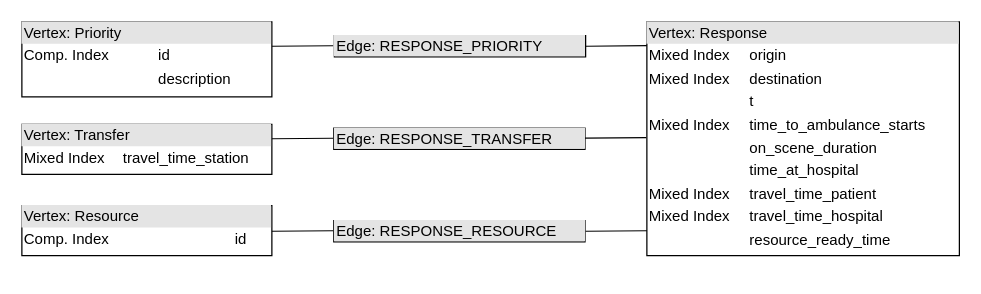
The draw.io diagram providentia-docs/report/drawio/janus-design-sim.drawio in DavidBakerEffendi/providentia, before the edit. Source tidied: cells renumbered, new cells numbered last; positions are measured from the earlier drawing's top-left corner, leaving out a move shared by most shapes. Both pictures are drawn from the tidied source at 125%, with x=0, y=0 at pixel (21, 21).
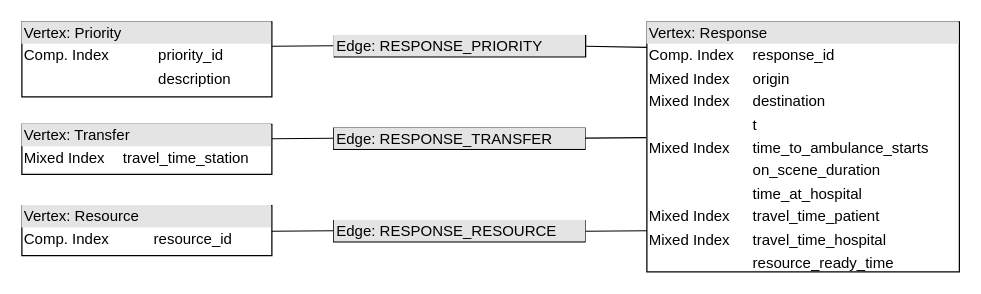
Above is the later version.

Commit message (it also covers changes not shown here):
Updated schema diagrams

Change to the diagram source:
```diff
@@
 <mxGraphModel>
   <root>
     <mxCell id="0" />
     <mxCell id="1" parent="0" />
-    <mxCell id="2" value="&lt;div style=&quot;box-sizing: border-box ; width: 100% ; background: #e4e4e4 ; padding: 2px&quot;&gt;Vertex: Response&lt;/div&gt;&lt;table style=&quot;width: 100% ; font-size: 1em&quot; cellpadding=&quot;2&quot; cellspacing=&quot;0&quot;&gt;&lt;tbody&gt;&lt;tr&gt;&lt;td&gt;Mixed Index&lt;br&gt;&lt;/td&gt;&lt;td&gt;origin&lt;/td&gt;&lt;/tr&gt;&lt;tr&gt;&lt;td&gt;Mixed Index&lt;/td&gt;&lt;td&gt;destination&lt;/td&gt;&lt;/tr&gt;&lt;tr&gt;&lt;td&gt;&lt;br&gt;&lt;/td&gt;&lt;td&gt;t&lt;/td&gt;&lt;/tr&gt;&lt;tr&gt;&lt;td&gt;Mixed Index&lt;/td&gt;&lt;td&gt;time_to_ambulance_starts&lt;/td&gt;&lt;/tr&gt;&lt;tr&gt;&lt;td&gt;&lt;br&gt;&lt;/td&gt;&lt;td&gt;on_scene_duration&lt;/td&gt;&lt;/tr&gt;&lt;tr&gt;&lt;td&gt;&lt;br&gt;&lt;/td&gt;&lt;td&gt;time_at_hospital&lt;/td&gt;&lt;/tr&gt;&lt;tr&gt;&lt;td&gt;Mixed Index&lt;/td&gt;&lt;td&gt;travel_time_patient&lt;/td&gt;&lt;/tr&gt;&lt;tr&gt;&lt;td&gt;Mixed Index&lt;/td&gt;&lt;td&gt;travel_time_hospital&lt;/td&gt;&lt;/tr&gt;&lt;tr&gt;&lt;td&gt;&lt;br&gt;&lt;/td&gt;&lt;td&gt;resource_ready_time&lt;/td&gt;&lt;/tr&gt;&lt;/tbody&gt;&lt;/table&gt;" style="verticalAlign=top;align=left;overflow=fill;html=1;" parent="1" vertex="1">
-      <mxGeometry x="500" width="250" height="187" as="geometry" />
+    <mxCell id="2" value="&lt;div style=&quot;box-sizing: border-box ; width: 100% ; background: #e4e4e4 ; padding: 2px&quot;&gt;Vertex: Response&lt;/div&gt;&lt;table style=&quot;width: 100% ; font-size: 1em&quot; cellpadding=&quot;2&quot; cellspacing=&quot;0&quot;&gt;&lt;tbody&gt;&lt;tr&gt;&lt;td&gt;Comp. Index&lt;/td&gt;&lt;td&gt;response_id&lt;/td&gt;&lt;/tr&gt;&lt;tr&gt;&lt;td&gt;Mixed Index&lt;br&gt;&lt;/td&gt;&lt;td&gt;origin&lt;/td&gt;&lt;/tr&gt;&lt;tr&gt;&lt;td&gt;Mixed Index&lt;/td&gt;&lt;td&gt;destination&lt;/td&gt;&lt;/tr&gt;&lt;tr&gt;&lt;td&gt;&lt;br&gt;&lt;/td&gt;&lt;td&gt;t&lt;/td&gt;&lt;/tr&gt;&lt;tr&gt;&lt;td&gt;Mixed Index&lt;/td&gt;&lt;td&gt;time_to_ambulance_starts&lt;/td&gt;&lt;/tr&gt;&lt;tr&gt;&lt;td&gt;&lt;br&gt;&lt;/td&gt;&lt;td&gt;on_scene_duration&lt;/td&gt;&lt;/tr&gt;&lt;tr&gt;&lt;td&gt;&lt;br&gt;&lt;/td&gt;&lt;td&gt;time_at_hospital&lt;/td&gt;&lt;/tr&gt;&lt;tr&gt;&lt;td&gt;Mixed Index&lt;/td&gt;&lt;td&gt;travel_time_patient&lt;/td&gt;&lt;/tr&gt;&lt;tr&gt;&lt;td&gt;Mixed Index&lt;/td&gt;&lt;td&gt;travel_time_hospital&lt;/td&gt;&lt;/tr&gt;&lt;tr&gt;&lt;td&gt;&lt;br&gt;&lt;/td&gt;&lt;td&gt;resource_ready_time&lt;/td&gt;&lt;/tr&gt;&lt;/tbody&gt;&lt;/table&gt;" style="verticalAlign=top;align=left;overflow=fill;html=1;" parent="1" vertex="1">
+      <mxGeometry x="500" width="250" height="200" as="geometry" />
     </mxCell>
-    <mxCell id="3" value="&lt;div style=&quot;box-sizing: border-box ; width: 100% ; background: #e4e4e4 ; padding: 2px&quot;&gt;Vertex: Priority&lt;/div&gt;&lt;table style=&quot;width: 100% ; font-size: 1em&quot; cellpadding=&quot;2&quot; cellspacing=&quot;0&quot;&gt;&lt;tbody&gt;&lt;tr&gt;&lt;td&gt;Comp. Index&lt;/td&gt;&lt;td&gt;id&lt;/td&gt;&lt;/tr&gt;&lt;tr&gt;&lt;td&gt;&lt;br&gt;&lt;/td&gt;&lt;td&gt;description&lt;/td&gt;&lt;/tr&gt;&lt;/tbody&gt;&lt;/table&gt;" style="verticalAlign=top;align=left;overflow=fill;html=1;" parent="1" vertex="1">
+    <mxCell id="3" value="&lt;div style=&quot;box-sizing: border-box ; width: 100% ; background: #e4e4e4 ; padding: 2px&quot;&gt;Vertex: Priority&lt;/div&gt;&lt;table style=&quot;width: 100% ; font-size: 1em&quot; cellpadding=&quot;2&quot; cellspacing=&quot;0&quot;&gt;&lt;tbody&gt;&lt;tr&gt;&lt;td&gt;Comp. Index&lt;/td&gt;&lt;td&gt;priority_id&lt;/td&gt;&lt;/tr&gt;&lt;tr&gt;&lt;td&gt;&lt;br&gt;&lt;/td&gt;&lt;td&gt;description&lt;/td&gt;&lt;/tr&gt;&lt;/tbody&gt;&lt;/table&gt;" style="verticalAlign=top;align=left;overflow=fill;html=1;" parent="1" vertex="1">
       <mxGeometry width="200" height="60" as="geometry" />
     </mxCell>
     <mxCell id="4" value="&lt;div style=&quot;box-sizing: border-box ; width: 100% ; background: #e4e4e4 ; padding: 2px&quot;&gt;Vertex: Transfer&lt;/div&gt;&lt;table style=&quot;width: 100% ; font-size: 1em&quot; cellpadding=&quot;2&quot; cellspacing=&quot;0&quot;&gt;&lt;tbody&gt;&lt;tr&gt;&lt;td&gt;Mixed Index&lt;/td&gt;&lt;td&gt;travel_time_station&lt;/td&gt;&lt;/tr&gt;&lt;tr&gt;&lt;td&gt;&lt;br&gt;&lt;/td&gt;&lt;td&gt;&lt;/td&gt;&lt;/tr&gt;&lt;/tbody&gt;&lt;/table&gt;" style="verticalAlign=top;align=left;overflow=fill;html=1;" parent="1" vertex="1">
       <mxGeometry y="82" width="200" height="40" as="geometry" />
     </mxCell>
-    <mxCell id="5" value="&lt;div style=&quot;box-sizing: border-box ; width: 100% ; background: #e4e4e4 ; padding: 2px&quot;&gt;Vertex: Resource&lt;/div&gt;&lt;table style=&quot;width: 100% ; font-size: 1em&quot; cellpadding=&quot;2&quot; cellspacing=&quot;0&quot;&gt;&lt;tbody&gt;&lt;tr&gt;&lt;td&gt;Comp. Index&lt;/td&gt;&lt;td&gt;id&lt;/td&gt;&lt;/tr&gt;&lt;tr&gt;&lt;td&gt;&lt;/td&gt;&lt;td&gt;&lt;/td&gt;&lt;/tr&gt;&lt;/tbody&gt;&lt;/table&gt;" style="verticalAlign=top;align=left;overflow=fill;html=1;" parent="1" vertex="1">
+    <mxCell id="5" value="&lt;div style=&quot;box-sizing: border-box ; width: 100% ; background: #e4e4e4 ; padding: 2px&quot;&gt;Vertex: Resource&lt;/div&gt;&lt;table style=&quot;width: 100% ; font-size: 1em&quot; cellpadding=&quot;2&quot; cellspacing=&quot;0&quot;&gt;&lt;tbody&gt;&lt;tr&gt;&lt;td&gt;Comp. Index&lt;/td&gt;&lt;td&gt;resource_id&lt;/td&gt;&lt;/tr&gt;&lt;tr&gt;&lt;td&gt;&lt;/td&gt;&lt;td&gt;&lt;/td&gt;&lt;/tr&gt;&lt;/tbody&gt;&lt;/table&gt;" style="verticalAlign=top;align=left;overflow=fill;html=1;" parent="1" vertex="1">
       <mxGeometry y="147" width="200" height="40" as="geometry" />
     </mxCell>
     <mxCell id="6" value="&lt;div style=&quot;box-sizing: border-box ; width: 100% ; background: #e4e4e4 ; padding: 2px&quot;&gt;Edge: RESPONSE_PRIORITY&lt;/div&gt;&lt;table style=&quot;width: 100% ; font-size: 1em&quot; cellpadding=&quot;2&quot; cellspacing=&quot;0&quot;&gt;&lt;tbody&gt;&lt;/tbody&gt;&lt;/table&gt;" style="verticalAlign=top;align=left;overflow=fill;html=1;" parent="1" vertex="1">
       <mxGeometry x="250" y="11" width="201" height="17" as="geometry" />
     </mxCell>
     <mxCell id="7" value="&lt;div style=&quot;box-sizing: border-box ; width: 100% ; background: #e4e4e4 ; padding: 2px&quot;&gt;Edge: RESPONSE_TRANSFER&lt;/div&gt;&lt;table style=&quot;width: 100% ; font-size: 1em&quot; cellpadding=&quot;2&quot; cellspacing=&quot;0&quot;&gt;&lt;tbody&gt;&lt;/tbody&gt;&lt;/table&gt;" style="verticalAlign=top;align=left;overflow=fill;html=1;" parent="1" vertex="1">
       <mxGeometry x="249.5" y="85" width="201" height="17" as="geometry" />
     </mxCell>
     <mxCell id="8" value="&lt;div style=&quot;box-sizing: border-box ; width: 100% ; background: #e4e4e4 ; padding: 2px&quot;&gt;Edge: RESPONSE_RESOURCE&lt;/div&gt;&lt;table style=&quot;width: 100% ; font-size: 1em&quot; cellpadding=&quot;2&quot; cellspacing=&quot;0&quot;&gt;&lt;tbody&gt;&lt;/tbody&gt;&lt;/table&gt;" style="verticalAlign=top;align=left;overflow=fill;html=1;" parent="1" vertex="1">
       <mxGeometry x="249.5" y="159" width="201" height="17" as="geometry" />
     </mxCell>
     <mxCell id="9" style="endArrow=none;html=1;entryX=1;entryY=0.5;entryDx=0;entryDy=0;exitX=0;exitY=0.102;exitDx=0;exitDy=0;exitPerimeter=0;" parent="1" edge="1" source="2" target="6">
       <mxGeometry relative="1" as="geometry" />
     </mxCell>
     <mxCell id="10" style="endArrow=none;html=1;entryX=1;entryY=0.5;entryDx=0;entryDy=0;exitX=0;exitY=0.102;exitDx=0;exitDy=0;exitPerimeter=0;" parent="1" edge="1">
       <mxGeometry relative="1" as="geometry">
         <mxPoint x="249" y="19.1" as="sourcePoint" />
         <mxPoint x="200" y="19.5" as="targetPoint" />
       </mxGeometry>
     </mxCell>
     <mxCell id="11" style="endArrow=none;html=1;entryX=1;entryY=0.5;entryDx=0;entryDy=0;exitX=0;exitY=0.102;exitDx=0;exitDy=0;exitPerimeter=0;" parent="1" edge="1">
       <mxGeometry relative="1" as="geometry">
         <mxPoint x="249" y="93.1" as="sourcePoint" />
         <mxPoint x="200" y="93.5" as="targetPoint" />
       </mxGeometry>
     </mxCell>
     <mxCell id="12" style="endArrow=none;html=1;entryX=1;entryY=0.5;entryDx=0;entryDy=0;exitX=0;exitY=0.102;exitDx=0;exitDy=0;exitPerimeter=0;" parent="1" edge="1">
       <mxGeometry relative="1" as="geometry">
         <mxPoint x="499.5" y="92.6" as="sourcePoint" />
         <mxPoint x="450.5" y="93" as="targetPoint" />
       </mxGeometry>
     </mxCell>
     <mxCell id="13" style="endArrow=none;html=1;entryX=1;entryY=0.5;entryDx=0;entryDy=0;exitX=0;exitY=0.102;exitDx=0;exitDy=0;exitPerimeter=0;" parent="1" edge="1">
       <mxGeometry relative="1" as="geometry">
         <mxPoint x="500" y="167.1" as="sourcePoint" />
         <mxPoint x="451" y="167.5" as="targetPoint" />
       </mxGeometry>
     </mxCell>
     <mxCell id="14" style="endArrow=none;html=1;entryX=1;entryY=0.5;entryDx=0;entryDy=0;exitX=0;exitY=0.102;exitDx=0;exitDy=0;exitPerimeter=0;" parent="1" edge="1">
       <mxGeometry relative="1" as="geometry">
         <mxPoint x="249" y="167.1" as="sourcePoint" />
         <mxPoint x="200" y="167.5" as="targetPoint" />
       </mxGeometry>
     </mxCell>
   </root>
 </mxGraphModel>
```
